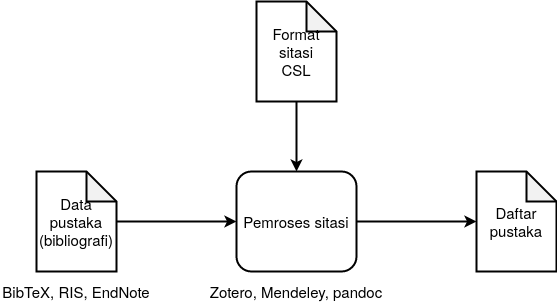
Earlier version of the draw.io export csl.png (auriza/csl-ipb). Source tidied: cells renumbered, new cells last; positions are measured from the earlier drawing's top-left corner, leaving out a move shared by most shapes. Its diagram source:
```xml
<mxGraphModel>
  <root>
    <mxCell id="0" />
    <mxCell id="1" parent="0" />
    <mxCell id="2" style="edgeStyle=orthogonalEdgeStyle;rounded=0;jettySize=auto;html=1;strokeWidth=2;fontSize=15;" parent="1" edge="1" source="3" target="8">
      <mxGeometry relative="1" as="geometry" />
    </mxCell>
    <mxCell id="3" value="Data pustaka (bibliografi)" style="shape=note;whiteSpace=wrap;html=1;backgroundOutline=1;darkOpacity=0.05;strokeWidth=2;fontSize=15;" parent="1" vertex="1">
      <mxGeometry x="35" y="170" width="80" height="100" as="geometry" />
    </mxCell>
    <mxCell id="4" value="BibTeX, RIS, EndNote" style="text;html=1;strokeColor=none;fillColor=none;align=center;verticalAlign=middle;whiteSpace=wrap;rounded=0;strokeWidth=2;fontSize=15;" parent="1" vertex="1">
      <mxGeometry y="280" width="150" height="20" as="geometry" />
    </mxCell>
    <mxCell id="5" style="edgeStyle=orthogonalEdgeStyle;rounded=0;jettySize=auto;html=1;strokeWidth=2;fontSize=15;" parent="1" edge="1" source="6" target="8">
      <mxGeometry relative="1" as="geometry" />
    </mxCell>
    <mxCell id="6" value="&lt;div style=&quot;font-size: 15px;&quot;&gt;Format sitasi&lt;/div&gt;&lt;div style=&quot;font-size: 15px;&quot;&gt;CSL&lt;br style=&quot;font-size: 15px;&quot;&gt;&lt;/div&gt;" style="shape=note;whiteSpace=wrap;html=1;backgroundOutline=1;darkOpacity=0.05;strokeWidth=2;fontSize=15;" parent="1" vertex="1">
      <mxGeometry x="255" width="80" height="100" as="geometry" />
    </mxCell>
    <mxCell id="7" style="edgeStyle=orthogonalEdgeStyle;rounded=0;jettySize=auto;html=1;entryX=0;entryY=0.5;entryDx=0;entryDy=0;entryPerimeter=0;strokeWidth=2;fontSize=15;" parent="1" edge="1" source="8" target="10">
      <mxGeometry relative="1" as="geometry" />
    </mxCell>
    <mxCell id="8" value="Pemroses sitasi" style="rounded=1;whiteSpace=wrap;html=1;strokeWidth=2;fontSize=15;" parent="1" vertex="1">
      <mxGeometry x="235" y="170" width="120" height="100" as="geometry" />
    </mxCell>
    <mxCell id="9" value="&lt;div style=&quot;font-size: 15px;&quot;&gt;Zotero, Mendeley, pandoc&lt;/div&gt;" style="text;html=1;strokeColor=none;fillColor=none;align=center;verticalAlign=middle;whiteSpace=wrap;rounded=0;strokeWidth=2;fontSize=15;" parent="1" vertex="1">
      <mxGeometry x="195" y="280" width="200" height="20" as="geometry" />
    </mxCell>
    <mxCell id="10" value="Daftar pustaka" style="shape=note;whiteSpace=wrap;html=1;backgroundOutline=1;darkOpacity=0.05;strokeWidth=2;fontSize=15;" parent="1" vertex="1">
      <mxGeometry x="475" y="170" width="80" height="100" as="geometry" />
    </mxCell>
  </root>
</mxGraphModel>
```
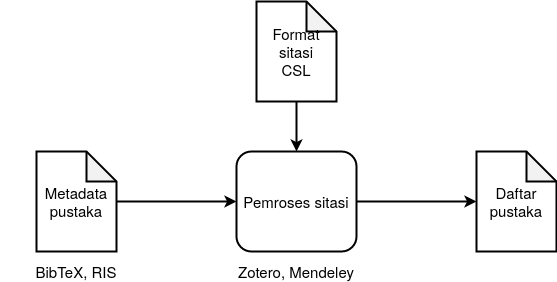
The same file after the commit.

Change to the diagram source:
```diff
@@ -5,17 +5,17 @@
     <mxCell id="2" style="edgeStyle=orthogonalEdgeStyle;rounded=0;jettySize=auto;html=1;strokeWidth=2;fontSize=15;" parent="1" edge="1" source="3" target="8">
       <mxGeometry relative="1" as="geometry" />
     </mxCell>
-    <mxCell id="3" value="Data pustaka (bibliografi)" style="shape=note;whiteSpace=wrap;html=1;backgroundOutline=1;darkOpacity=0.05;strokeWidth=2;fontSize=15;" parent="1" vertex="1">
+    <mxCell id="3" value="&lt;div&gt;Metadata pustaka&lt;/div&gt;" style="shape=note;whiteSpace=wrap;html=1;backgroundOutline=1;darkOpacity=0.05;strokeWidth=2;fontSize=15;" parent="1" vertex="1">
       <mxGeometry x="35" y="170" width="80" height="100" as="geometry" />
     </mxCell>
-    <mxCell id="4" value="BibTeX, RIS, EndNote" style="text;html=1;strokeColor=none;fillColor=none;align=center;verticalAlign=middle;whiteSpace=wrap;rounded=0;strokeWidth=2;fontSize=15;" parent="1" vertex="1">
+    <mxCell id="4" value="&lt;div&gt;BibTeX, RIS&lt;/div&gt;" style="text;html=1;strokeColor=none;fillColor=none;align=center;verticalAlign=middle;whiteSpace=wrap;rounded=0;strokeWidth=2;fontSize=15;" parent="1" vertex="1">
       <mxGeometry y="280" width="150" height="20" as="geometry" />
     </mxCell>
     <mxCell id="5" style="edgeStyle=orthogonalEdgeStyle;rounded=0;jettySize=auto;html=1;strokeWidth=2;fontSize=15;" parent="1" edge="1" source="6" target="8">
       <mxGeometry relative="1" as="geometry" />
     </mxCell>
     <mxCell id="6" value="&lt;div style=&quot;font-size: 15px;&quot;&gt;Format sitasi&lt;/div&gt;&lt;div style=&quot;font-size: 15px;&quot;&gt;CSL&lt;br style=&quot;font-size: 15px;&quot;&gt;&lt;/div&gt;" style="shape=note;whiteSpace=wrap;html=1;backgroundOutline=1;darkOpacity=0.05;strokeWidth=2;fontSize=15;" parent="1" vertex="1">
-      <mxGeometry x="255" width="80" height="100" as="geometry" />
+      <mxGeometry x="255" y="20" width="80" height="100" as="geometry" />
     </mxCell>
     <mxCell id="7" style="edgeStyle=orthogonalEdgeStyle;rounded=0;jettySize=auto;html=1;entryX=0;entryY=0.5;entryDx=0;entryDy=0;entryPerimeter=0;strokeWidth=2;fontSize=15;" parent="1" edge="1" source="8" target="10">
       <mxGeometry relative="1" as="geometry" />
@@ -23,7 +23,7 @@
     <mxCell id="8" value="Pemroses sitasi" style="rounded=1;whiteSpace=wrap;html=1;strokeWidth=2;fontSize=15;" parent="1" vertex="1">
       <mxGeometry x="235" y="170" width="120" height="100" as="geometry" />
     </mxCell>
-    <mxCell id="9" value="&lt;div style=&quot;font-size: 15px;&quot;&gt;Zotero, Mendeley, pandoc&lt;/div&gt;" style="text;html=1;strokeColor=none;fillColor=none;align=center;verticalAlign=middle;whiteSpace=wrap;rounded=0;strokeWidth=2;fontSize=15;" parent="1" vertex="1">
+    <mxCell id="9" value="&lt;div style=&quot;font-size: 15px&quot;&gt;Zotero, Mendeley&lt;br&gt;&lt;/div&gt;" style="text;html=1;strokeColor=none;fillColor=none;align=center;verticalAlign=middle;whiteSpace=wrap;rounded=0;strokeWidth=2;fontSize=15;" parent="1" vertex="1">
       <mxGeometry x="195" y="280" width="200" height="20" as="geometry" />
     </mxCell>
     <mxCell id="10" value="Daftar pustaka" style="shape=note;whiteSpace=wrap;html=1;backgroundOutline=1;darkOpacity=0.05;strokeWidth=2;fontSize=15;" parent="1" vertex="1">
```
